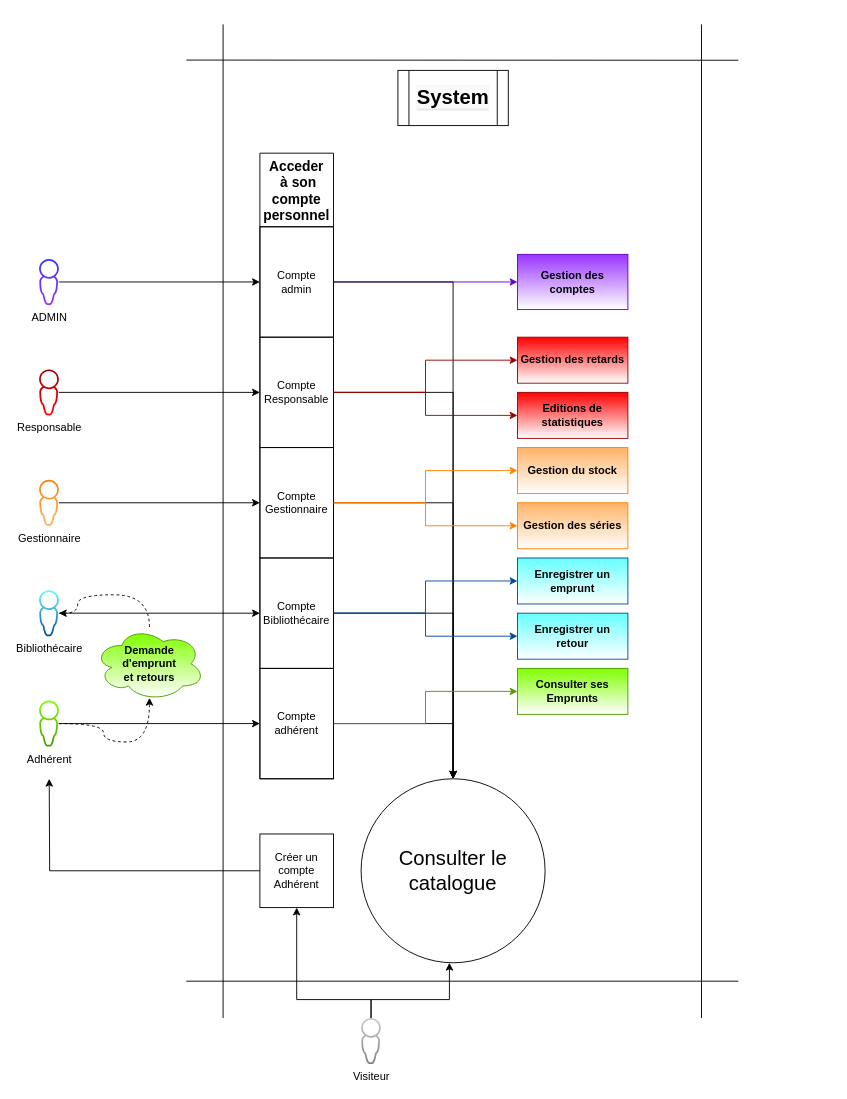
Before: UML/2 Diagram fonctionnel.drawio in U-Louis/BDTK, a draw.io diagram. Source tidied: cells renumbered, new cells numbered last; positions are measured from the earlier drawing's top-left corner, leaving out a move shared by most shapes. Both pictures are drawn from the tidied source at 92%, with x=0, y=0 at pixel (39, 24).
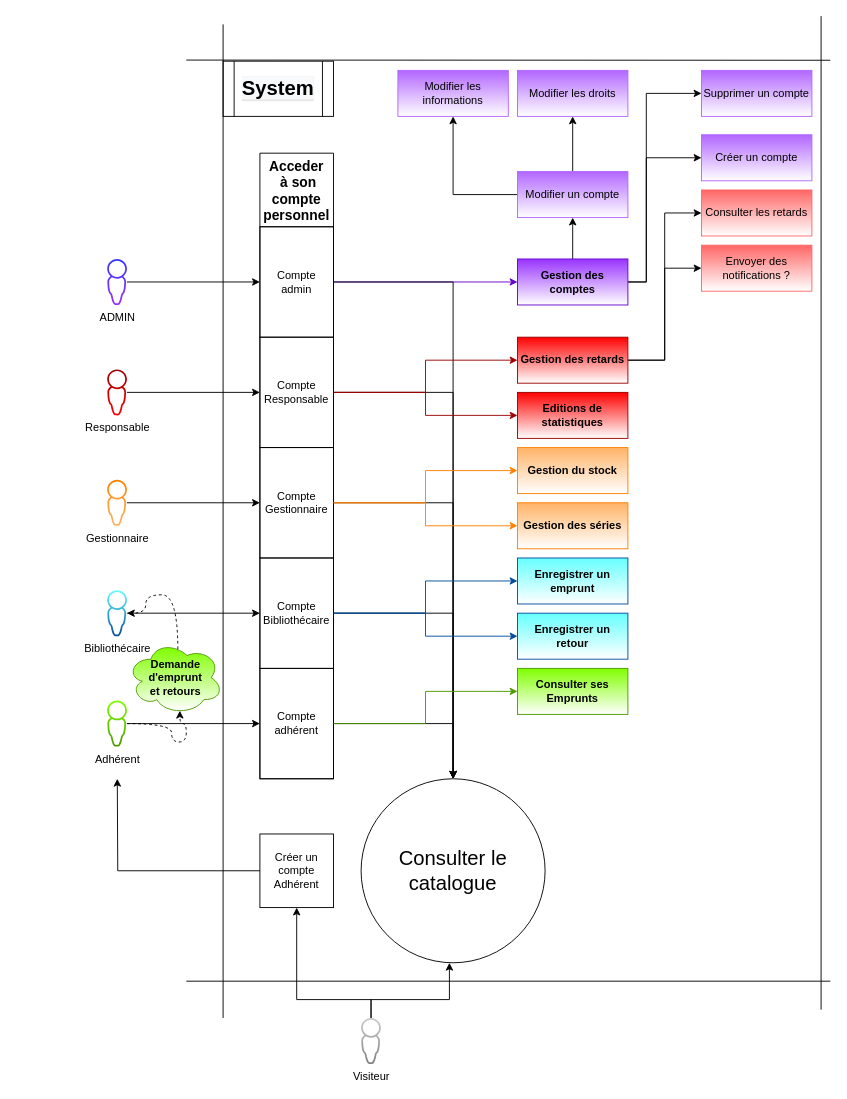
The same diagram, later.

The change refers to these unchanged cells:
```xml
<mxCell id="26" value="Créer un compte Adhérent" style="rounded=0;whiteSpace=wrap;html=1;fillColor=none;gradientColor=none;" parent="1" vertex="1">
  <mxGeometry x="240" y="880" width="80" height="80" as="geometry" />
</mxCell>
<mxCell id="46" value="&lt;b&gt;Gestion des retards&lt;/b&gt;" style="rounded=0;whiteSpace=wrap;html=1;gradientColor=#FFFFFF;fillColor=#FF0000;strokeColor=#990000;" parent="1" vertex="1">
  <mxGeometry x="520" y="340" width="120" height="50" as="geometry" />
</mxCell>
```

What changed in the source:
```diff
@@
     <mxCell id="3" value="ADMIN" style="shadow=0;dashed=0;html=1;strokeColor=none;labelPosition=center;verticalLabelPosition=bottom;verticalAlign=top;align=center;outlineConnect=0;shape=mxgraph.vvd.administrator;fillColor=#3333FF;gradientColor=#9933FF;" parent="1" vertex="1">
-      <mxGeometry y="255" width="21.5" height="50" as="geometry" />
+      <mxGeometry x="74" y="255" width="21.5" height="50" as="geometry" />
     </mxCell>
@@
     <mxCell id="5" value="Responsable" style="shadow=0;dashed=0;html=1;strokeColor=none;labelPosition=center;verticalLabelPosition=bottom;verticalAlign=top;align=center;outlineConnect=0;shape=mxgraph.vvd.administrator;fillColor=#990000;gradientColor=#FF0000;" parent="1" vertex="1">
-      <mxGeometry y="375" width="21.5" height="50" as="geometry" />
+      <mxGeometry x="74" y="375" width="21.5" height="50" as="geometry" />
     </mxCell>
@@
     <mxCell id="7" value="Bibliothécaire" style="shadow=0;dashed=0;html=1;strokeColor=none;labelPosition=center;verticalLabelPosition=bottom;verticalAlign=top;align=center;outlineConnect=0;shape=mxgraph.vvd.administrator;fillColor=#66FFFF;gradientColor=#004C99;" parent="1" vertex="1">
-      <mxGeometry y="615" width="21.5" height="50" as="geometry" />
+      <mxGeometry x="74" y="615" width="21.5" height="50" as="geometry" />
     </mxCell>
@@
     <mxCell id="9" value="Gestionnaire" style="shadow=0;dashed=0;html=1;strokeColor=none;labelPosition=center;verticalLabelPosition=bottom;verticalAlign=top;align=center;outlineConnect=0;shape=mxgraph.vvd.administrator;fillColor=#FF8000;gradientColor=#FFB366;" parent="1" vertex="1">
-      <mxGeometry y="495" width="21.5" height="50" as="geometry" />
+      <mxGeometry x="74" y="495" width="21.5" height="50" as="geometry" />
     </mxCell>
@@
-    <mxCell id="12" style="edgeStyle=orthogonalEdgeStyle;curved=1;jettySize=auto;html=1;entryX=0.5;entryY=0.963;entryDx=0;entryDy=0;entryPerimeter=0;dashed=1;startArrow=none;startFill=0;" parent="1" edge="1" source="13" target="37">
+    <mxCell id="12" style="edgeStyle=orthogonalEdgeStyle;curved=1;jettySize=auto;html=1;entryX=0.55;entryY=0.95;entryDx=0;entryDy=0;entryPerimeter=0;dashed=1;startArrow=none;startFill=0;" parent="1" edge="1" source="13" target="37">
       <mxGeometry relative="1" as="geometry">
         <Array as="points">
-          <mxPoint x="70" y="760" />
-          <mxPoint x="70" y="780" />
-          <mxPoint x="120" y="780" />
+          <mxPoint x="144" y="760" />
+          <mxPoint x="144" y="780" />
+          <mxPoint x="160" y="780" />
+          <mxPoint x="160" y="760" />
+          <mxPoint x="153" y="760" />
         </Array>
       </mxGeometry>
     </mxCell>
     <mxCell id="13" value="Adhérent" style="shadow=0;dashed=0;html=1;strokeColor=none;labelPosition=center;verticalLabelPosition=bottom;verticalAlign=top;align=center;outlineConnect=0;shape=mxgraph.vvd.administrator;fillColor=#80FF00;gradientColor=#4D9900;" parent="1" vertex="1">
-      <mxGeometry y="735" width="21.5" height="50" as="geometry" />
+      <mxGeometry x="74" y="735" width="21.5" height="50" as="geometry" />
     </mxCell>
@@
+    <mxCell id="54" style="edgeStyle=orthogonalEdgeStyle;rounded=0;jettySize=auto;html=1;entryX=0.5;entryY=1;entryDx=0;entryDy=0;" parent="1" edge="1" source="17" target="63">
+      <mxGeometry relative="1" as="geometry" />
+    </mxCell>
+    <mxCell id="55" style="edgeStyle=orthogonalEdgeStyle;rounded=0;jettySize=auto;html=1;entryX=0;entryY=0.5;entryDx=0;entryDy=0;" parent="1" edge="1" source="17" target="59">
+      <mxGeometry relative="1" as="geometry">
+        <Array as="points">
+          <mxPoint x="660" y="280" />
+          <mxPoint x="660" y="75" />
+        </Array>
+      </mxGeometry>
+    </mxCell>
+    <mxCell id="56" style="edgeStyle=orthogonalEdgeStyle;rounded=0;jettySize=auto;html=1;entryX=0;entryY=0.5;entryDx=0;entryDy=0;" parent="1" edge="1" source="17" target="60">
+      <mxGeometry relative="1" as="geometry">
+        <Array as="points">
+          <mxPoint x="660" y="280" />
+          <mxPoint x="660" y="145" />
+        </Array>
+      </mxGeometry>
+    </mxCell>
     <mxCell id="17" value="&lt;b&gt;Gestion des comptes&lt;/b&gt;" style="rounded=0;whiteSpace=wrap;html=1;strokeColor=#6600CC;fillColor=#9933FF;gradientColor=#ffffff;" parent="1" vertex="1">
-      <mxGeometry x="520" y="250" width="120" height="60" as="geometry" />
+      <mxGeometry x="520" y="255" width="120" height="50" as="geometry" />
     </mxCell>
@@
     <mxCell id="25" style="edgeStyle=orthogonalEdgeStyle;rounded=0;jettySize=auto;html=1;" parent="1" edge="1" source="26">
       <mxGeometry relative="1" as="geometry">
-        <mxPoint x="11" y="820" as="targetPoint" />
+        <mxPoint x="85" y="820" as="targetPoint" />
       </mxGeometry>
     </mxCell>
@@
     <mxCell id="28" style="endArrow=none;html=1;" parent="1" edge="1">
       <mxGeometry relative="1" as="geometry">
         <mxPoint x="160" y="1040" as="sourcePoint" />
-        <mxPoint x="760" y="1040" as="targetPoint" />
+        <mxPoint x="860" y="1040" as="targetPoint" />
       </mxGeometry>
     </mxCell>
     <mxCell id="29" style="endArrow=none;html=1;" parent="1" edge="1">
       <mxGeometry relative="1" as="geometry">
         <mxPoint x="160" y="38.8" as="sourcePoint" />
-        <mxPoint x="760" y="39" as="targetPoint" />
+        <mxPoint x="860" y="39" as="targetPoint" />
       </mxGeometry>
     </mxCell>
@@
-    <mxCell id="36" style="edgeStyle=orthogonalEdgeStyle;curved=1;jettySize=auto;html=1;dashed=1;startArrow=none;startFill=0;" parent="1" edge="1" source="37" target="7">
+    <mxCell id="36" style="edgeStyle=orthogonalEdgeStyle;curved=1;jettySize=auto;html=1;dashed=1;startArrow=none;startFill=0;exitX=0.529;exitY=0.116;exitDx=0;exitDy=0;exitPerimeter=0;" parent="1" edge="1" source="37" target="7">
       <mxGeometry relative="1" as="geometry">
         <Array as="points">
-          <mxPoint x="120" y="620" />
-          <mxPoint x="42" y="620" />
-          <mxPoint x="42" y="640" />
+          <mxPoint x="151" y="620" />
+          <mxPoint x="116" y="620" />
+          <mxPoint x="116" y="640" />
         </Array>
       </mxGeometry>
     </mxCell>
     <mxCell id="37" value="&lt;b&gt;Demande&lt;br&gt;&lt;/b&gt;&lt;div&gt;&lt;b&gt;d'emprunt &lt;br&gt;&lt;/b&gt;&lt;/div&gt;&lt;div&gt;&lt;b&gt;et retours&lt;br&gt;&lt;/b&gt;&lt;/div&gt;" style="ellipse;shape=cloud;whiteSpace=wrap;html=1;gradientColor=#ffffff;fillColor=#80FF00;strokeColor=#4D9900;" parent="1" vertex="1">
-      <mxGeometry x="60" y="655" width="120" height="80" as="geometry" />
+      <mxGeometry x="95.5" y="670" width="104.5" height="80" as="geometry" />
     </mxCell>
@@
+    <mxCell id="57" style="edgeStyle=orthogonalEdgeStyle;rounded=0;jettySize=auto;html=1;entryX=0;entryY=0.5;entryDx=0;entryDy=0;" parent="1" edge="1" source="46" target="66">
+      <mxGeometry relative="1" as="geometry" />
+    </mxCell>
+    <mxCell id="58" style="edgeStyle=orthogonalEdgeStyle;rounded=0;jettySize=auto;html=1;entryX=0;entryY=0.5;entryDx=0;entryDy=0;" parent="1" edge="1" source="46" target="67">
+      <mxGeometry relative="1" as="geometry" />
+    </mxCell>
@@
     <mxCell id="50" style="endArrow=none;html=1;" parent="1" edge="1">
       <mxGeometry relative="1" as="geometry">
-        <mxPoint x="720" y="1080" as="sourcePoint" />
-        <mxPoint x="720" as="targetPoint" />
+        <mxPoint x="850" y="1071" as="sourcePoint" />
+        <mxPoint x="850" y="-9" as="targetPoint" />
       </mxGeometry>
     </mxCell>
     <mxCell id="51" value="&lt;b style=&quot;font-size: 22px ; background-color: rgb(248 , 249 , 250)&quot;&gt;System&lt;/b&gt;" style="shape=process;whiteSpace=wrap;html=1;backgroundOutline=1;labelBackgroundColor=#E6E6E6;fontSize=15;strokeColor=#000000;gradientColor=#4D9900;fillColor=none;" parent="1" vertex="1">
-      <mxGeometry x="390" y="50" width="120" height="60" as="geometry" />
+      <mxGeometry x="200" y="40" width="120" height="60" as="geometry" />
     </mxCell>
@@
+    <mxCell id="59" value="&lt;span&gt;Supprimer un compte&lt;br&gt;&lt;/span&gt;" style="rounded=0;whiteSpace=wrap;html=1;gradientColor=#ffffff;fillColor=#B266FF;strokeColor=#B266FF;fontStyle=0;" parent="1" vertex="1">
+      <mxGeometry x="720" y="50" width="120" height="50" as="geometry" />
+    </mxCell>
+    <mxCell id="60" value="&lt;span&gt;Créer un compte&lt;/span&gt;" style="rounded=0;whiteSpace=wrap;html=1;gradientColor=#ffffff;fillColor=#B266FF;strokeColor=#B266FF;fontStyle=0;" parent="1" vertex="1">
+      <mxGeometry x="720" y="120" width="120" height="50" as="geometry" />
+    </mxCell>
+    <mxCell id="61" style="edgeStyle=orthogonalEdgeStyle;rounded=0;jettySize=auto;html=1;entryX=0.5;entryY=1;entryDx=0;entryDy=0;" parent="1" edge="1" source="63" target="64">
+      <mxGeometry relative="1" as="geometry" />
+    </mxCell>
+    <mxCell id="62" style="edgeStyle=orthogonalEdgeStyle;rounded=0;jettySize=auto;html=1;entryX=0.5;entryY=1;entryDx=0;entryDy=0;" parent="1" edge="1" source="63" target="65">
+      <mxGeometry relative="1" as="geometry" />
+    </mxCell>
+    <mxCell id="63" value="&lt;span&gt;Modifier un compte&lt;/span&gt;" style="rounded=0;whiteSpace=wrap;html=1;gradientColor=#ffffff;fillColor=#B266FF;strokeColor=#B266FF;fontStyle=0;" parent="1" vertex="1">
+      <mxGeometry x="520" y="160" width="120" height="50" as="geometry" />
+    </mxCell>
+    <mxCell id="64" value="&lt;span&gt;Modifier les informations&lt;/span&gt;" style="rounded=0;whiteSpace=wrap;html=1;gradientColor=#ffffff;fillColor=#B266FF;strokeColor=#B266FF;fontStyle=0;" parent="1" vertex="1">
+      <mxGeometry x="390" y="50" width="120" height="50" as="geometry" />
+    </mxCell>
+    <mxCell id="65" value="&lt;span&gt;Modifier les droits&lt;/span&gt;" style="rounded=0;whiteSpace=wrap;html=1;gradientColor=#ffffff;fillColor=#B266FF;strokeColor=#B266FF;fontStyle=0;" parent="1" vertex="1">
+      <mxGeometry x="520" y="50" width="120" height="50" as="geometry" />
+    </mxCell>
+    <mxCell id="66" value="&lt;span&gt;Consulter les retards&lt;/span&gt;" style="rounded=0;whiteSpace=wrap;html=1;gradientColor=#FFFFFF;fontStyle=0;fillColor=#FF6666;strokeColor=#FF6666;" parent="1" vertex="1">
+      <mxGeometry x="720" y="180" width="120" height="50" as="geometry" />
+    </mxCell>
+    <mxCell id="67" value="&lt;span&gt;Envoyer des notifications ?&lt;/span&gt;" style="rounded=0;whiteSpace=wrap;html=1;gradientColor=#FFFFFF;fontStyle=0;fillColor=#FF6666;strokeColor=#FF6666;" parent="1" vertex="1">
+      <mxGeometry x="720" y="240" width="120" height="50" as="geometry" />
+    </mxCell>
```
